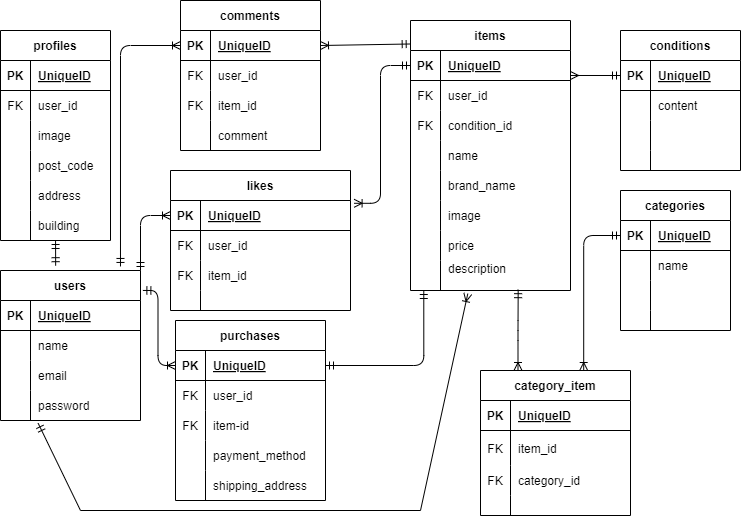
Earlier version of the draw.io export erd.png (yuriko52-star/market-app1). Source tidied: cells renumbered, new cells last; positions are measured from the earlier drawing's top-left corner, leaving out a move shared by most shapes.
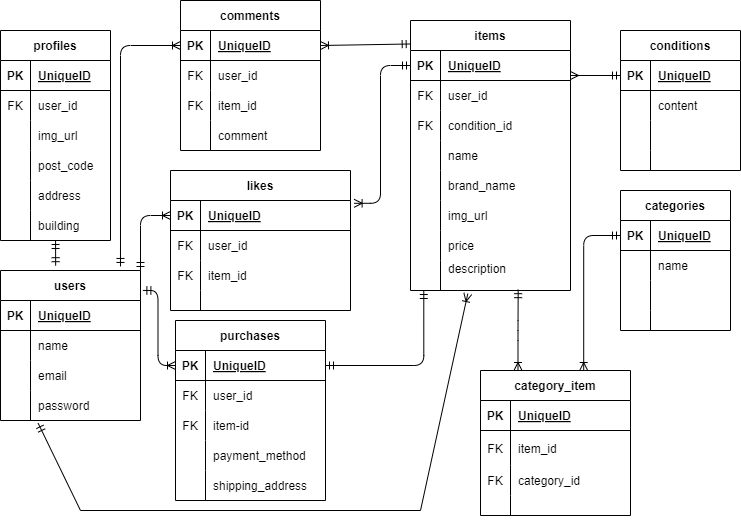
The same diagram one commit later.

Commit message:
READMEとER図の修正

What changed in the source:
```diff
@@ -29,7 +29,7 @@
     <mxCell id="10" style="shape=partialRectangle;fillColor=none;top=0;left=0;bottom=0;right=0;overflow=hidden;" parent="9" vertex="1">
       <mxGeometry width="30" height="30" as="geometry" />
     </mxCell>
-    <mxCell id="11" value="image" style="shape=partialRectangle;fillColor=none;top=0;left=0;bottom=0;right=0;align=left;spacingLeft=6;overflow=hidden;" parent="9" vertex="1">
+    <mxCell id="11" value="img_url" style="shape=partialRectangle;fillColor=none;top=0;left=0;bottom=0;right=0;align=left;spacingLeft=6;overflow=hidden;" parent="9" vertex="1">
       <mxGeometry x="30" width="80" height="30" as="geometry" />
     </mxCell>
     <mxCell id="12" style="shape=tableRow;horizontal=0;startSize=0;swimlaneHead=0;swimlaneBody=0;fillColor=none;top=0;left=0;right=0;bottom=0;" parent="2" vertex="1">
@@ -284,7 +284,7 @@
     <mxCell id="94" style="shape=partialRectangle;fillColor=none;top=0;left=0;bottom=0;right=0;overflow=hidden;" parent="93" vertex="1">
       <mxGeometry width="30" height="30" as="geometry" />
     </mxCell>
-    <mxCell id="95" value="image" style="shape=partialRectangle;fillColor=none;top=0;left=0;bottom=0;right=0;align=left;spacingLeft=6;overflow=hidden;" parent="93" vertex="1">
+    <mxCell id="95" value="img_url" style="shape=partialRectangle;fillColor=none;top=0;left=0;bottom=0;right=0;align=left;spacingLeft=6;overflow=hidden;" parent="93" vertex="1">
       <mxGeometry x="30" width="130" height="30" as="geometry" />
     </mxCell>
     <mxCell id="96" style="shape=tableRow;horizontal=0;startSize=0;swimlaneHead=0;swimlaneBody=0;fillColor=none;top=0;left=0;right=0;bottom=0;" parent="77" vertex="1">
```
